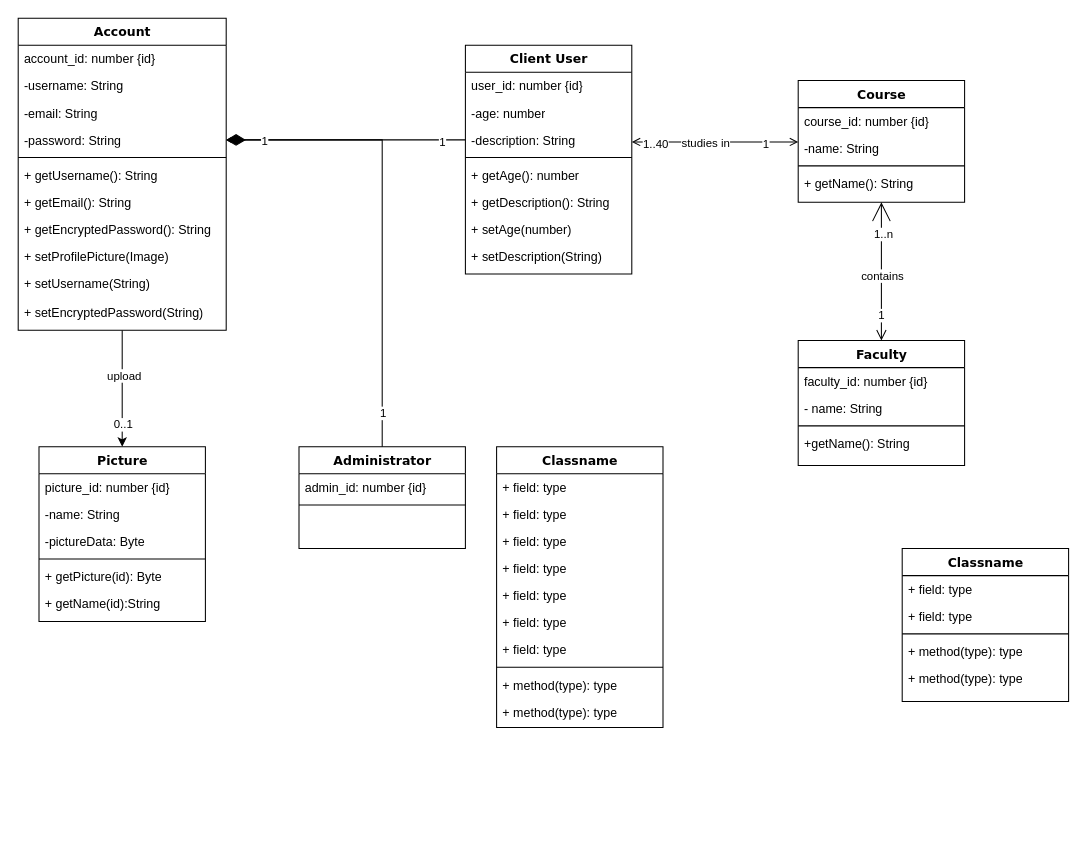
Earlier version of the draw.io diagram docs/diagrams/crc_diagram.drawio (SE-TINF22B6/DHBWhub). Source tidied: cells renumbered, new cells numbered last; positions are measured from the earlier drawing's top-left corner, leaving out a move shared by most shapes. Both pictures are drawn from the tidied source at 104%, with x=0, y=0 at pixel (18, 18).
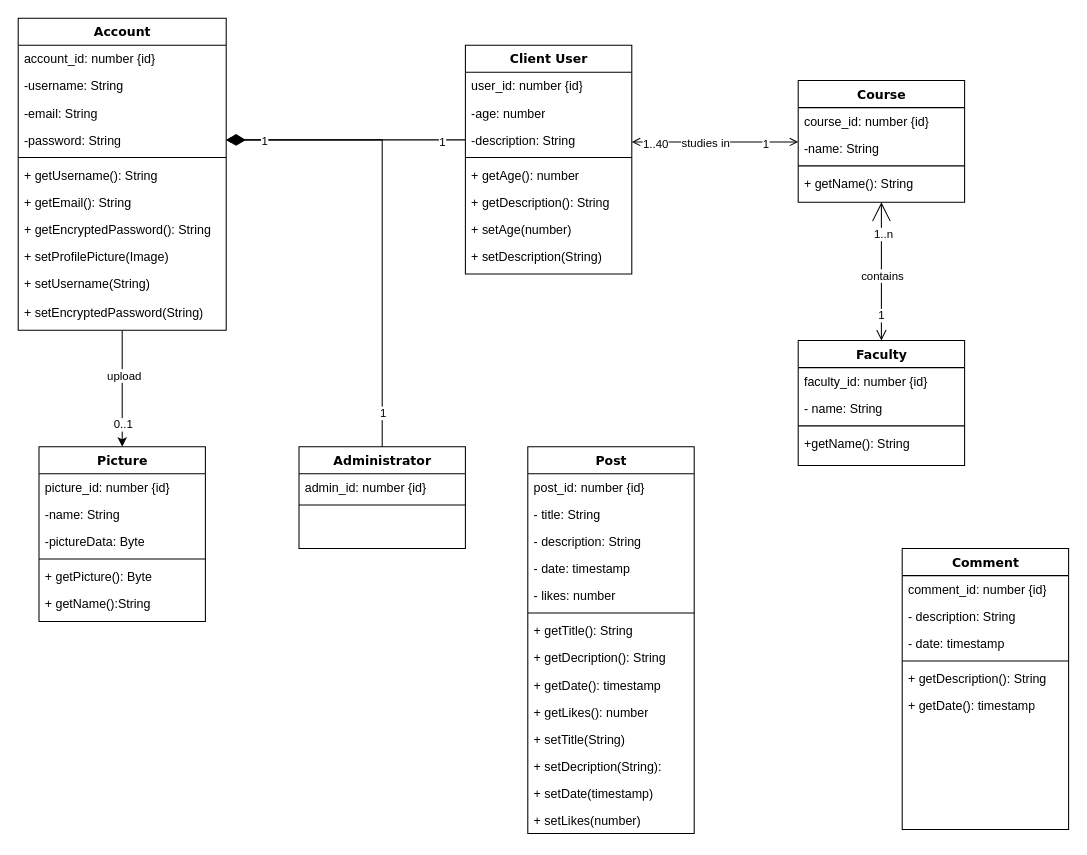
The same page after the edit.

Unchanged cells that the change refers to:
```xml
<mxCell id="35" value="Picture" style="swimlane;html=1;fontStyle=1;align=center;verticalAlign=top;horizontal=1;startSize=26;swimlaneFillColor=#ffffff;rounded=0;shadow=0;comic=0;labelBackgroundColor=none;strokeWidth=1;fillColor=none;fontFamily=Verdana;fontSize=12;" parent="1" vertex="1">
  <mxGeometry x="20" y="412" width="160" height="168" as="geometry" />
</mxCell>
```

Diff of the diagram source:
```diff
@@
-    <mxCell id="40" value="+ getPicture(id): Byte" style="text;html=1;strokeColor=none;fillColor=none;align=left;verticalAlign=top;spacingLeft=4;spacingRight=4;whiteSpace=wrap;overflow=hidden;" parent="35" vertex="1">
+    <mxCell id="40" value="+ getPicture(): Byte" style="text;html=1;strokeColor=none;fillColor=none;align=left;verticalAlign=top;spacingLeft=4;spacingRight=4;whiteSpace=wrap;overflow=hidden;" parent="35" vertex="1">
       <mxGeometry y="112" width="160" height="26" as="geometry" />
     </mxCell>
-    <mxCell id="41" value="+ getName(id):String" style="text;html=1;strokeColor=none;fillColor=none;align=left;verticalAlign=top;spacingLeft=4;spacingRight=4;whiteSpace=wrap;overflow=hidden;" parent="35" vertex="1">
+    <mxCell id="41" value="+ getName():String" style="text;html=1;strokeColor=none;fillColor=none;align=left;verticalAlign=top;spacingLeft=4;spacingRight=4;whiteSpace=wrap;overflow=hidden;" parent="35" vertex="1">
       <mxGeometry y="138" width="160" height="26" as="geometry" />
     </mxCell>
@@
-    <mxCell id="47" value="Classname" style="swimlane;html=1;fontStyle=1;align=center;verticalAlign=top;horizontal=1;startSize=26;swimlaneFillColor=#ffffff;rounded=0;shadow=0;comic=0;labelBackgroundColor=none;strokeWidth=1;fillColor=none;fontFamily=Verdana;fontSize=12;" parent="1" vertex="1">
-      <mxGeometry x="460" y="412" width="160" height="270" as="geometry" />
+    <mxCell id="47" value="Post" style="swimlane;html=1;fontStyle=1;align=center;verticalAlign=top;horizontal=1;startSize=26;swimlaneFillColor=#ffffff;rounded=0;shadow=0;comic=0;labelBackgroundColor=none;strokeWidth=1;fillColor=none;fontFamily=Verdana;fontSize=12;" parent="1" vertex="1">
+      <mxGeometry x="490" y="412" width="160" height="372" as="geometry" />
     </mxCell>
-    <mxCell id="48" value="+ field: type" style="text;html=1;strokeColor=none;fillColor=none;align=left;verticalAlign=top;spacingLeft=4;spacingRight=4;whiteSpace=wrap;overflow=hidden;" parent="47" vertex="1">
+    <mxCell id="48" value="post_id: number {id}" style="text;html=1;strokeColor=none;fillColor=none;align=left;verticalAlign=top;spacingLeft=4;spacingRight=4;whiteSpace=wrap;overflow=hidden;" parent="47" vertex="1">
       <mxGeometry y="26" width="160" height="26" as="geometry" />
     </mxCell>
-    <mxCell id="49" value="+ field: type" style="text;html=1;strokeColor=none;fillColor=none;align=left;verticalAlign=top;spacingLeft=4;spacingRight=4;whiteSpace=wrap;overflow=hidden;" parent="47" vertex="1">
+    <mxCell id="49" value="- title: String" style="text;html=1;strokeColor=none;fillColor=none;align=left;verticalAlign=top;spacingLeft=4;spacingRight=4;whiteSpace=wrap;overflow=hidden;" parent="47" vertex="1">
       <mxGeometry y="52" width="160" height="26" as="geometry" />
     </mxCell>
-    <mxCell id="50" value="+ field: type" style="text;html=1;strokeColor=none;fillColor=none;align=left;verticalAlign=top;spacingLeft=4;spacingRight=4;whiteSpace=wrap;overflow=hidden;" parent="47" vertex="1">
+    <mxCell id="50" value="- description: String" style="text;html=1;strokeColor=none;fillColor=none;align=left;verticalAlign=top;spacingLeft=4;spacingRight=4;whiteSpace=wrap;overflow=hidden;" parent="47" vertex="1">
       <mxGeometry y="78" width="160" height="26" as="geometry" />
     </mxCell>
-    <mxCell id="51" value="+ field: type" style="text;html=1;strokeColor=none;fillColor=none;align=left;verticalAlign=top;spacingLeft=4;spacingRight=4;whiteSpace=wrap;overflow=hidden;" parent="47" vertex="1">
+    <mxCell id="51" value="- date: timestamp" style="text;html=1;strokeColor=none;fillColor=none;align=left;verticalAlign=top;spacingLeft=4;spacingRight=4;whiteSpace=wrap;overflow=hidden;" parent="47" vertex="1">
       <mxGeometry y="104" width="160" height="26" as="geometry" />
     </mxCell>
-    <mxCell id="52" value="+ field: type" style="text;html=1;strokeColor=none;fillColor=none;align=left;verticalAlign=top;spacingLeft=4;spacingRight=4;whiteSpace=wrap;overflow=hidden;" parent="47" vertex="1">
+    <mxCell id="52" value="- likes: number " style="text;html=1;strokeColor=none;fillColor=none;align=left;verticalAlign=top;spacingLeft=4;spacingRight=4;whiteSpace=wrap;overflow=hidden;" parent="47" vertex="1">
       <mxGeometry y="130" width="160" height="26" as="geometry" />
     </mxCell>
-    <mxCell id="53" value="+ field: type" style="text;html=1;strokeColor=none;fillColor=none;align=left;verticalAlign=top;spacingLeft=4;spacingRight=4;whiteSpace=wrap;overflow=hidden;" parent="47" vertex="1">
-      <mxGeometry y="156" width="160" height="26" as="geometry" />
-    </mxCell>
-    <mxCell id="54" value="+ field: type" style="text;html=1;strokeColor=none;fillColor=none;align=left;verticalAlign=top;spacingLeft=4;spacingRight=4;whiteSpace=wrap;overflow=hidden;" parent="47" vertex="1">
-      <mxGeometry y="182" width="160" height="26" as="geometry" />
-    </mxCell>
     <mxCell id="55" style="line;html=1;strokeWidth=1;fillColor=none;align=left;verticalAlign=middle;spacingTop=-1;spacingLeft=3;spacingRight=3;labelPosition=right;" parent="47" vertex="1">
-      <mxGeometry y="208" width="160" height="8" as="geometry" />
+      <mxGeometry y="156" width="160" height="8" as="geometry" />
     </mxCell>
-    <mxCell id="56" value="+ method(type): type" style="text;html=1;strokeColor=none;fillColor=none;align=left;verticalAlign=top;spacingLeft=4;spacingRight=4;whiteSpace=wrap;overflow=hidden;" parent="47" vertex="1">
-      <mxGeometry y="216" width="160" height="26" as="geometry" />
+    <mxCell id="56" value="+ getTitle(): String" style="text;html=1;strokeColor=none;fillColor=none;align=left;verticalAlign=top;spacingLeft=4;spacingRight=4;whiteSpace=wrap;overflow=hidden;" parent="47" vertex="1">
+      <mxGeometry y="164" width="160" height="26" as="geometry" />
     </mxCell>
-    <mxCell id="57" value="+ method(type): type" style="text;html=1;strokeColor=none;fillColor=none;align=left;verticalAlign=top;spacingLeft=4;spacingRight=4;whiteSpace=wrap;overflow=hidden;" parent="47" vertex="1">
-      <mxGeometry y="242" width="160" height="26" as="geometry" />
+    <mxCell id="57" value="+ getDecription(): String" style="text;html=1;strokeColor=none;fillColor=none;align=left;verticalAlign=top;spacingLeft=4;spacingRight=4;whiteSpace=wrap;overflow=hidden;" parent="47" vertex="1">
+      <mxGeometry y="190" width="160" height="26" as="geometry" />
     </mxCell>
+    <mxCell id="76" value="+ getDate(): timestamp" style="text;html=1;strokeColor=none;fillColor=none;align=left;verticalAlign=top;spacingLeft=4;spacingRight=4;whiteSpace=wrap;overflow=hidden;" parent="47" vertex="1">
+      <mxGeometry y="216" width="160" height="26" as="geometry" />
+    </mxCell>
+    <mxCell id="77" value="+ getLikes(): number" style="text;html=1;strokeColor=none;fillColor=none;align=left;verticalAlign=top;spacingLeft=4;spacingRight=4;whiteSpace=wrap;overflow=hidden;" parent="47" vertex="1">
+      <mxGeometry y="242" width="160" height="26" as="geometry" />
+    </mxCell>
+    <mxCell id="78" value="+ setTitle(String)" style="text;html=1;strokeColor=none;fillColor=none;align=left;verticalAlign=top;spacingLeft=4;spacingRight=4;whiteSpace=wrap;overflow=hidden;" parent="47" vertex="1">
+      <mxGeometry y="268" width="160" height="26" as="geometry" />
+    </mxCell>
+    <mxCell id="79" value="+ setDecription(String):" style="text;html=1;strokeColor=none;fillColor=none;align=left;verticalAlign=top;spacingLeft=4;spacingRight=4;whiteSpace=wrap;overflow=hidden;" parent="47" vertex="1">
+      <mxGeometry y="294" width="160" height="26" as="geometry" />
+    </mxCell>
+    <mxCell id="80" value="+ setDate(timestamp)" style="text;html=1;strokeColor=none;fillColor=none;align=left;verticalAlign=top;spacingLeft=4;spacingRight=4;whiteSpace=wrap;overflow=hidden;" parent="47" vertex="1">
+      <mxGeometry y="320" width="160" height="26" as="geometry" />
+    </mxCell>
+    <mxCell id="81" value="+ setLikes(number)" style="text;html=1;strokeColor=none;fillColor=none;align=left;verticalAlign=top;spacingLeft=4;spacingRight=4;whiteSpace=wrap;overflow=hidden;" parent="47" vertex="1">
+      <mxGeometry y="346" width="160" height="26" as="geometry" />
+    </mxCell>
@@
-    <mxCell id="67" value="Classname" style="swimlane;html=1;fontStyle=1;align=center;verticalAlign=top;horizontal=1;startSize=26;swimlaneFillColor=#ffffff;rounded=0;shadow=0;comic=0;labelBackgroundColor=none;strokeWidth=1;fillColor=none;fontFamily=Verdana;fontSize=12;" parent="1" vertex="1">
-      <mxGeometry x="850" y="510" width="160" height="147" as="geometry" />
+    <mxCell id="67" value="Comment" style="swimlane;html=1;fontStyle=1;align=center;verticalAlign=top;horizontal=1;startSize=26;swimlaneFillColor=#ffffff;rounded=0;shadow=0;comic=0;labelBackgroundColor=none;strokeWidth=1;fillColor=none;fontFamily=Verdana;fontSize=12;" parent="1" vertex="1">
+      <mxGeometry x="850" y="510" width="160" height="270" as="geometry" />
     </mxCell>
-    <mxCell id="68" value="+ field: type" style="text;html=1;strokeColor=none;fillColor=none;align=left;verticalAlign=top;spacingLeft=4;spacingRight=4;whiteSpace=wrap;overflow=hidden;" parent="67" vertex="1">
+    <mxCell id="68" value="comment_id: number {id}" style="text;html=1;strokeColor=none;fillColor=none;align=left;verticalAlign=top;spacingLeft=4;spacingRight=4;whiteSpace=wrap;overflow=hidden;" parent="67" vertex="1">
       <mxGeometry y="26" width="160" height="26" as="geometry" />
     </mxCell>
-    <mxCell id="69" value="+ field: type" style="text;html=1;strokeColor=none;fillColor=none;align=left;verticalAlign=top;spacingLeft=4;spacingRight=4;whiteSpace=wrap;overflow=hidden;" parent="67" vertex="1">
+    <mxCell id="69" value="- description: String" style="text;html=1;strokeColor=none;fillColor=none;align=left;verticalAlign=top;spacingLeft=4;spacingRight=4;whiteSpace=wrap;overflow=hidden;" parent="67" vertex="1">
       <mxGeometry y="52" width="160" height="26" as="geometry" />
     </mxCell>
+    <mxCell id="72" value="- date: timestamp" style="text;html=1;strokeColor=none;fillColor=none;align=left;verticalAlign=top;spacingLeft=4;spacingRight=4;whiteSpace=wrap;overflow=hidden;" parent="67" vertex="1">
+      <mxGeometry y="78" width="160" height="26" as="geometry" />
+    </mxCell>
     <mxCell id="70" style="line;html=1;strokeWidth=1;fillColor=none;align=left;verticalAlign=middle;spacingTop=-1;spacingLeft=3;spacingRight=3;labelPosition=right;" parent="67" vertex="1">
-      <mxGeometry y="78" width="160" height="8" as="geometry" />
+      <mxGeometry y="104" width="160" height="8" as="geometry" />
     </mxCell>
-    <mxCell id="71" value="+ method(type): type" style="text;html=1;strokeColor=none;fillColor=none;align=left;verticalAlign=top;spacingLeft=4;spacingRight=4;whiteSpace=wrap;overflow=hidden;" parent="67" vertex="1">
-      <mxGeometry y="86" width="160" height="26" as="geometry" />
-    </mxCell>
-    <mxCell id="72" value="+ method(type): type" style="text;html=1;strokeColor=none;fillColor=none;align=left;verticalAlign=top;spacingLeft=4;spacingRight=4;whiteSpace=wrap;overflow=hidden;" parent="67" vertex="1">
-      <mxGeometry y="112" width="160" height="26" as="geometry" />
-    </mxCell>
+    <mxCell id="82" value="+ getDescription(): String" style="text;html=1;strokeColor=none;fillColor=none;align=left;verticalAlign=top;spacingLeft=4;spacingRight=4;whiteSpace=wrap;overflow=hidden;" parent="67" vertex="1">
+      <mxGeometry y="112" width="160" height="26" as="geometry" />
+    </mxCell>
+    <mxCell id="83" value="+ getDate(): timestamp" style="text;html=1;strokeColor=none;fillColor=none;align=left;verticalAlign=top;spacingLeft=4;spacingRight=4;whiteSpace=wrap;overflow=hidden;" parent="67" vertex="1">
+      <mxGeometry y="138" width="160" height="26" as="geometry" />
+    </mxCell>
```
